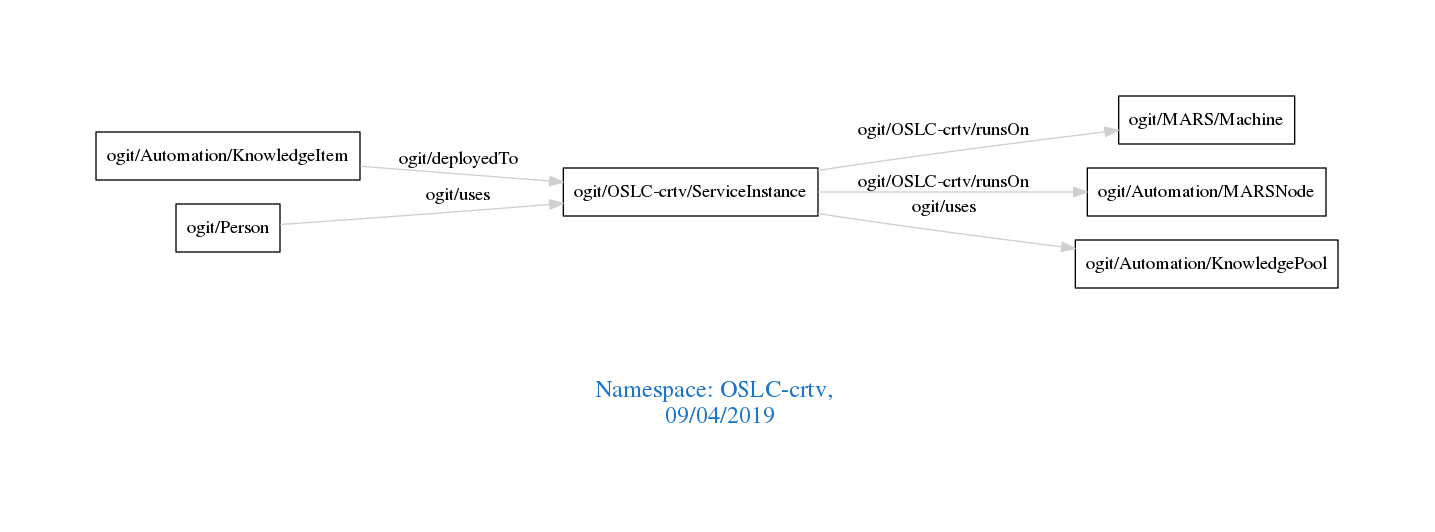
The Graphviz diagram downloads/OSLC-crtv.png in arago/OGIT, before a commit. Its source is kept beside it as downloads/OSLC-crtv.dot.
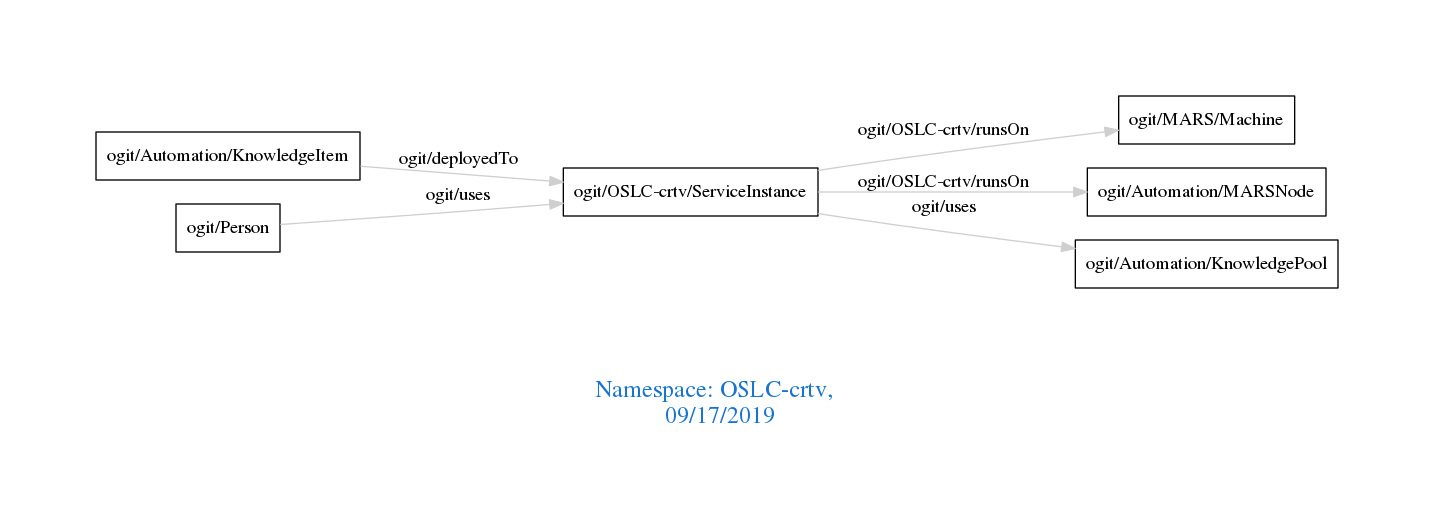
The same file after the commit.

Change to the diagram source:
```diff
@@ -1,7 +1,7 @@
 digraph OGIT_ontology {
  graph [ rankdir= LR,pad=1
 fontsize = 18,
-fontcolor= dodgerblue3,label = "\n\n\nNamespace: OSLC-crtv, \n 09/04/2019"];
+fontcolor= dodgerblue3,label = "\n\n\nNamespace: OSLC-crtv, \n 09/17/2019"];
 node[shape=polygon];
 edge [  color="gray81"];
 
```
